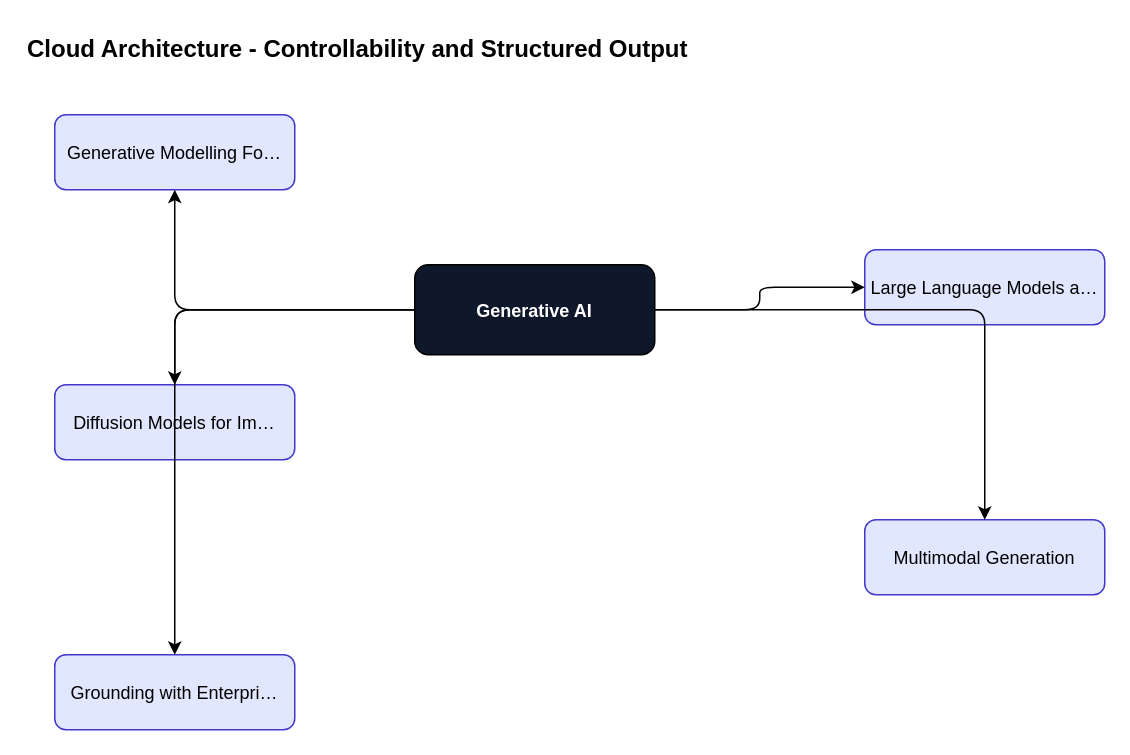
Above: content/generative-ai/generative-ai-foundations/diagrams/fig-009-cloud-architecture.drawio in ankit05121980/AI-University (draw.io), before the change. Source tidied: cells renumbered, new cells numbered last; positions are measured from the earlier drawing's top-left corner, leaving out a move shared by most shapes. Both pictures are drawn from the tidied source at 150%, with x=0, y=0 at pixel (24, 24).
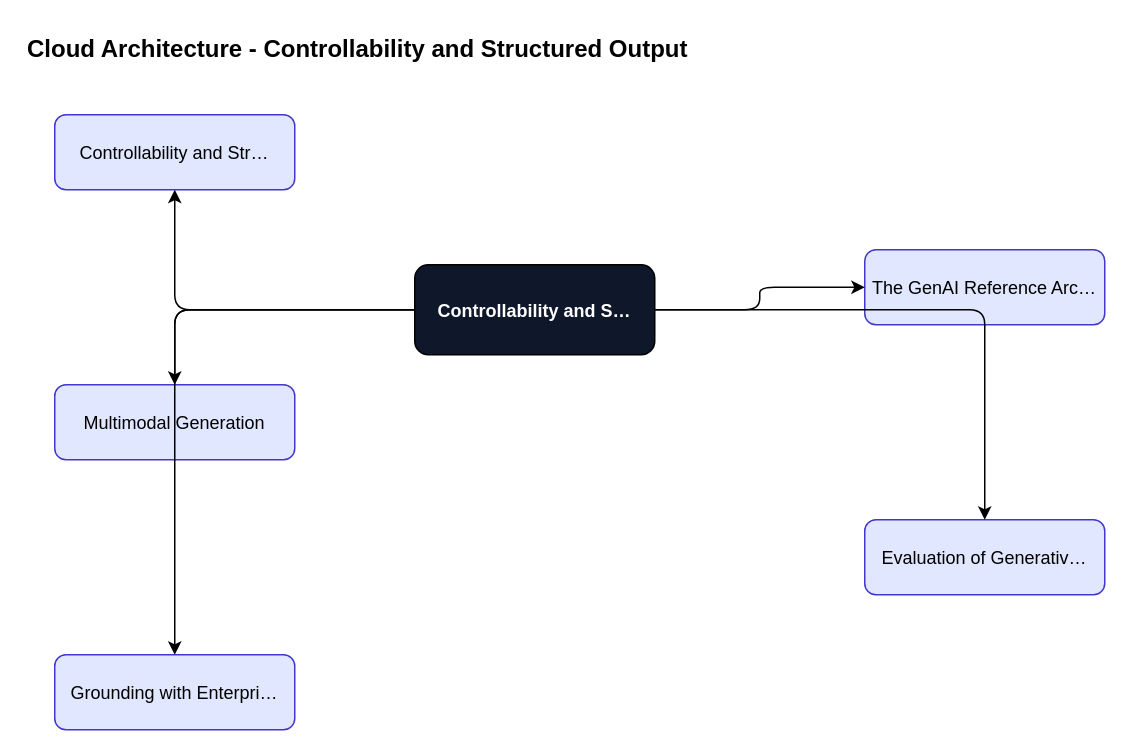
The same page after the edit.

Diff of the diagram source:
```diff
@@
 <mxGraphModel>
   <root>
     <mxCell id="0" />
     <mxCell id="1" parent="0" />
     <mxCell id="2" value="Cloud Architecture - Controllability and Structured Output" style="text;fontSize=16;fontStyle=1;" parent="1" vertex="1">
       <mxGeometry width="600" height="30" as="geometry" />
     </mxCell>
-    <mxCell id="3" value="Generative AI" style="rounded=1;fillColor=#0f172a;fontColor=#ffffff;fontStyle=1;" parent="1" vertex="1">
+    <mxCell id="3" value="Controllability and S…" style="rounded=1;fillColor=#0f172a;fontColor=#ffffff;fontStyle=1;" parent="1" vertex="1">
       <mxGeometry x="260" y="160" width="160" height="60" as="geometry" />
     </mxCell>
-    <mxCell id="4" value="Generative Modelling Fo…" style="rounded=1;fillColor=#e0e7ff;strokeColor=#4338ca;" parent="1" vertex="1">
+    <mxCell id="4" value="Controllability and Str…" style="rounded=1;fillColor=#e0e7ff;strokeColor=#4338ca;" parent="1" vertex="1">
       <mxGeometry x="20" y="60" width="160" height="50" as="geometry" />
     </mxCell>
     <mxCell id="5" style="edgeStyle=orthogonalEdgeStyle;" parent="1" edge="1" source="3" target="4">
       <mxGeometry relative="1" as="geometry" />
     </mxCell>
-    <mxCell id="6" value="Large Language Models a…" style="rounded=1;fillColor=#e0e7ff;strokeColor=#4338ca;" parent="1" vertex="1">
+    <mxCell id="6" value="The GenAI Reference Arc…" style="rounded=1;fillColor=#e0e7ff;strokeColor=#4338ca;" parent="1" vertex="1">
       <mxGeometry x="560" y="150" width="160" height="50" as="geometry" />
     </mxCell>
     <mxCell id="7" style="edgeStyle=orthogonalEdgeStyle;" parent="1" edge="1" source="3" target="6">
       <mxGeometry relative="1" as="geometry" />
     </mxCell>
-    <mxCell id="8" value="Diffusion Models for Im…" style="rounded=1;fillColor=#e0e7ff;strokeColor=#4338ca;" parent="1" vertex="1">
+    <mxCell id="8" value="Multimodal Generation" style="rounded=1;fillColor=#e0e7ff;strokeColor=#4338ca;" parent="1" vertex="1">
       <mxGeometry x="20" y="240" width="160" height="50" as="geometry" />
     </mxCell>
     <mxCell id="9" style="edgeStyle=orthogonalEdgeStyle;" parent="1" edge="1" source="3" target="8">
       <mxGeometry relative="1" as="geometry" />
     </mxCell>
-    <mxCell id="10" value="Multimodal Generation" style="rounded=1;fillColor=#e0e7ff;strokeColor=#4338ca;" parent="1" vertex="1">
+    <mxCell id="10" value="Evaluation of Generativ…" style="rounded=1;fillColor=#e0e7ff;strokeColor=#4338ca;" parent="1" vertex="1">
       <mxGeometry x="560" y="330" width="160" height="50" as="geometry" />
     </mxCell>
     <mxCell id="11" style="edgeStyle=orthogonalEdgeStyle;" parent="1" edge="1" source="3" target="10">
       <mxGeometry relative="1" as="geometry" />
     </mxCell>
     <mxCell id="12" value="Grounding with Enterpri…" style="rounded=1;fillColor=#e0e7ff;strokeColor=#4338ca;" parent="1" vertex="1">
       <mxGeometry x="20" y="420" width="160" height="50" as="geometry" />
     </mxCell>
     <mxCell id="13" style="edgeStyle=orthogonalEdgeStyle;" parent="1" edge="1" source="3" target="12">
       <mxGeometry relative="1" as="geometry" />
     </mxCell>
   </root>
 </mxGraphModel>
```
